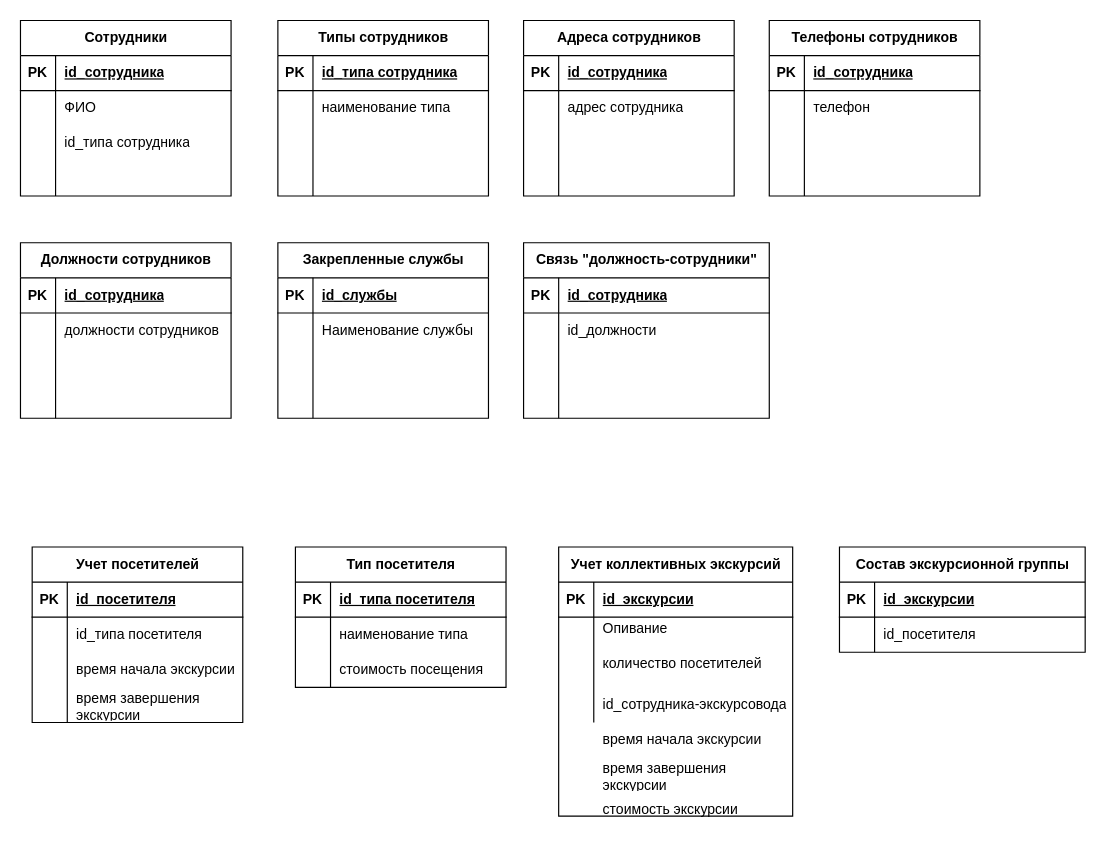
Before: page "Страница 2" (2 of 3) of Museum_DB.drawio in alexolhovskiy/BD_diagramma, a draw.io diagram. Source tidied: cells renumbered, new cells numbered last; positions are measured from the earlier drawing's top-left corner, leaving out a move shared by most shapes. Both pictures are drawn from the tidied source at 117%, with x=0, y=0 at pixel (20, 20).
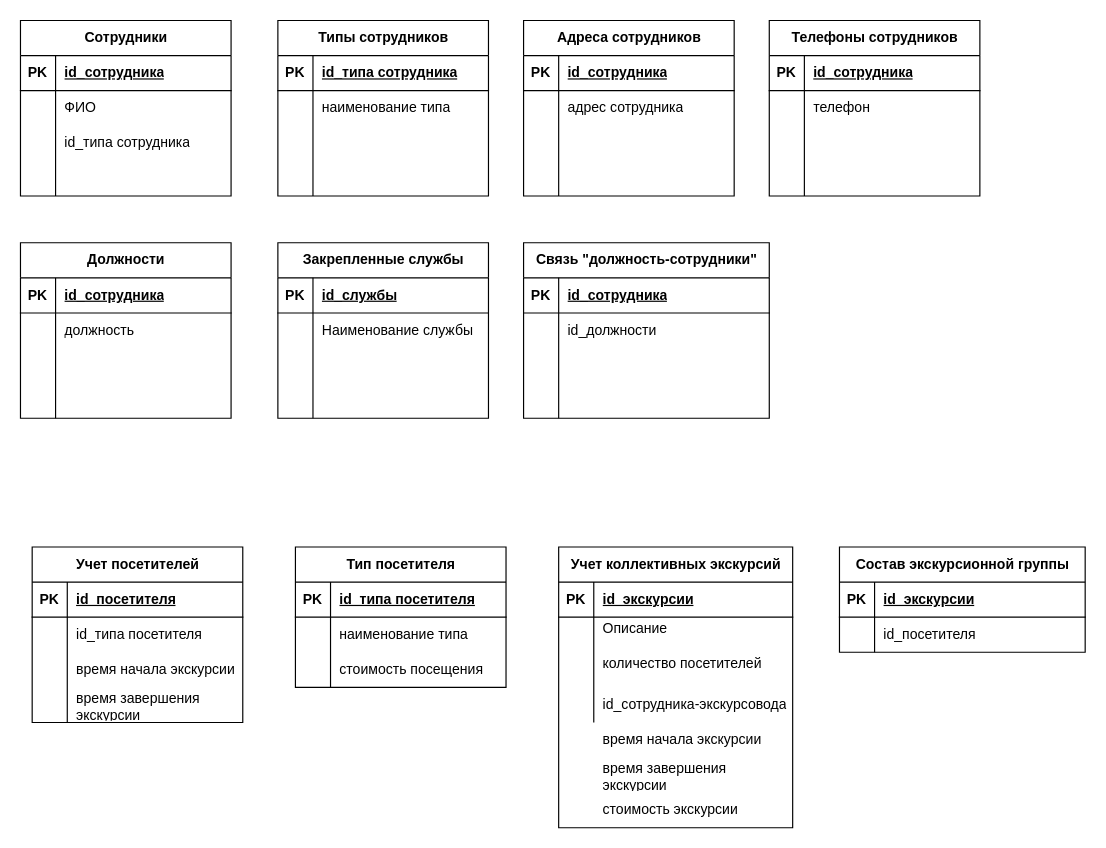
The same page after the edit.

The change refers to these unchanged cells:
```xml
<mxCell id="58" style="shape=tableRow;horizontal=0;startSize=0;swimlaneHead=0;swimlaneBody=0;fillColor=none;top=0;left=0;right=0;bottom=0;" parent="54" vertex="1">
  <mxGeometry y="60" width="180" height="30" as="geometry" />
</mxCell>
<mxCell id="120" style="shape=tableRow;horizontal=0;startSize=0;swimlaneHead=0;swimlaneBody=0;fillColor=none;top=0;left=0;right=0;bottom=0;" parent="116" vertex="1">
  <mxGeometry y="60" width="200" height="20" as="geometry" />
</mxCell>
```

The edit, as a diff of the source:
```diff
@@
-    <mxCell id="54" value="Должности сотрудников" style="shape=table;startSize=30;childLayout=tableLayout;rowLines=0;fontStyle=1;align=center;html=1;" parent="1" vertex="1">
+    <mxCell id="54" value="Должности " style="shape=table;startSize=30;childLayout=tableLayout;rowLines=0;fontStyle=1;align=center;html=1;" parent="1" vertex="1">
       <mxGeometry y="190" width="180" height="150" as="geometry" />
     </mxCell>
@@
-    <mxCell id="60" value="должности сотрудников" style="shape=partialRectangle;fillColor=none;top=0;left=0;bottom=0;right=0;align=left;spacingLeft=6;overflow=hidden;whiteSpace=wrap;html=1;" parent="58" vertex="1">
+    <mxCell id="60" value="должность" style="shape=partialRectangle;fillColor=none;top=0;left=0;bottom=0;right=0;align=left;spacingLeft=6;overflow=hidden;whiteSpace=wrap;html=1;" parent="58" vertex="1">
       <mxGeometry x="30" width="150" height="30" as="geometry" />
     </mxCell>
@@
     <mxCell id="116" value="Учет коллективных экскурсий" style="shape=table;startSize=30;childLayout=tableLayout;rowLines=0;fontStyle=1;align=center;html=1;" parent="1" vertex="1">
-      <mxGeometry x="460" y="450" width="200" height="230" as="geometry" />
+      <mxGeometry x="460" y="450" width="200" height="240" as="geometry" />
     </mxCell>
@@
-    <mxCell id="122" value="Опивание" style="shape=partialRectangle;fillColor=none;top=0;left=0;bottom=0;right=0;align=left;spacingLeft=6;overflow=hidden;whiteSpace=wrap;html=1;" parent="120" vertex="1">
+    <mxCell id="122" value="Описание" style="shape=partialRectangle;fillColor=none;top=0;left=0;bottom=0;right=0;align=left;spacingLeft=6;overflow=hidden;whiteSpace=wrap;html=1;" parent="120" vertex="1">
       <mxGeometry x="30" width="170" height="20" as="geometry" />
     </mxCell>
```
